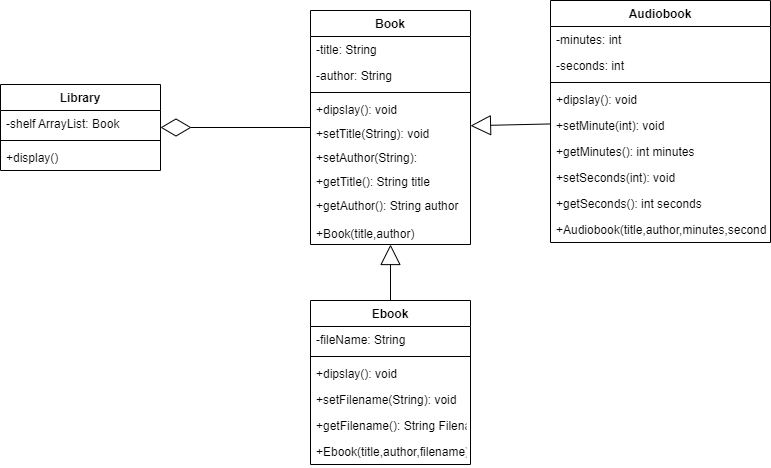
AmeliaLis/pp3 keeps this draw.io diagram as 08-InheritanceAndPolymorphism/DuringClass/zad5-9.drawio.png. Above is the earlier version. Source tidied: cells renumbered, new cells last; positions are measured from the earlier drawing's top-left corner, leaving out a move shared by most shapes. The source it was exported from:
```xml
<mxGraphModel>
  <root>
    <mxCell id="0" />
    <mxCell id="1" parent="0" />
    <mxCell id="2" style="edgeStyle=none;html=1;entryX=0.5;entryY=0;entryDx=0;entryDy=0;endArrow=none;endFill=0;startArrow=block;startFill=0;startSize=18;" parent="1" edge="1" source="4" target="14">
      <mxGeometry relative="1" as="geometry" />
    </mxCell>
    <mxCell id="3" style="edgeStyle=none;html=1;startArrow=block;startFill=0;endArrow=none;endFill=0;startSize=18;" parent="1" edge="1" source="4" target="21">
      <mxGeometry relative="1" as="geometry" />
    </mxCell>
    <mxCell id="4" value="Book" style="swimlane;fontStyle=1;align=center;verticalAlign=top;horizontal=1;startSize=26;" parent="1" vertex="1">
      <mxGeometry x="310" y="10" width="160" height="234" as="geometry" />
    </mxCell>
    <mxCell id="5" value="-title: String" style="text;strokeColor=none;fillColor=none;align=left;verticalAlign=top;spacingLeft=4;spacingRight=4;overflow=hidden;" parent="4" vertex="1">
      <mxGeometry y="26" width="160" height="26" as="geometry" />
    </mxCell>
    <mxCell id="6" value="-author: String" style="text;strokeColor=none;fillColor=none;align=left;verticalAlign=top;spacingLeft=4;spacingRight=4;overflow=hidden;" parent="4" vertex="1">
      <mxGeometry y="52" width="160" height="26" as="geometry" />
    </mxCell>
    <mxCell id="7" style="line;strokeWidth=1;fillColor=none;align=left;verticalAlign=middle;spacingTop=-1;spacingLeft=3;spacingRight=3;labelPosition=right;" parent="4" vertex="1">
      <mxGeometry y="78" width="160" height="8" as="geometry" />
    </mxCell>
    <mxCell id="8" value="+dipslay(): void" style="text;strokeColor=none;fillColor=none;align=left;verticalAlign=top;spacingLeft=4;spacingRight=4;overflow=hidden;" parent="4" vertex="1">
      <mxGeometry y="86" width="160" height="24" as="geometry" />
    </mxCell>
    <mxCell id="9" value="+setTitle(String): void" style="text;strokeColor=none;fillColor=none;align=left;verticalAlign=top;spacingLeft=4;spacingRight=4;overflow=hidden;" parent="4" vertex="1">
      <mxGeometry y="110" width="160" height="24" as="geometry" />
    </mxCell>
    <mxCell id="10" value="+setAuthor(String):" style="text;strokeColor=none;fillColor=none;align=left;verticalAlign=top;spacingLeft=4;spacingRight=4;overflow=hidden;" parent="4" vertex="1">
      <mxGeometry y="134" width="160" height="24" as="geometry" />
    </mxCell>
    <mxCell id="11" value="+getTitle(): String title" style="text;strokeColor=none;fillColor=none;align=left;verticalAlign=top;spacingLeft=4;spacingRight=4;overflow=hidden;" parent="4" vertex="1">
      <mxGeometry y="158" width="160" height="24" as="geometry" />
    </mxCell>
    <mxCell id="12" value="+getAuthor(): String author" style="text;strokeColor=none;fillColor=none;align=left;verticalAlign=top;spacingLeft=4;spacingRight=4;overflow=hidden;" parent="4" vertex="1">
      <mxGeometry y="182" width="160" height="28" as="geometry" />
    </mxCell>
    <mxCell id="13" value="+Book(title,author)" style="text;strokeColor=none;fillColor=none;align=left;verticalAlign=top;spacingLeft=4;spacingRight=4;overflow=hidden;" parent="4" vertex="1">
      <mxGeometry y="210" width="160" height="24" as="geometry" />
    </mxCell>
    <mxCell id="14" value="Ebook" style="swimlane;fontStyle=1;align=center;verticalAlign=top;horizontal=1;startSize=26;" parent="1" vertex="1">
      <mxGeometry x="310" y="300" width="160" height="164" as="geometry" />
    </mxCell>
    <mxCell id="15" value="-fileName: String" style="text;strokeColor=none;fillColor=none;align=left;verticalAlign=top;spacingLeft=4;spacingRight=4;overflow=hidden;" parent="14" vertex="1">
      <mxGeometry y="26" width="160" height="26" as="geometry" />
    </mxCell>
    <mxCell id="16" style="line;strokeWidth=1;fillColor=none;align=left;verticalAlign=middle;spacingTop=-1;spacingLeft=3;spacingRight=3;labelPosition=right;" parent="14" vertex="1">
      <mxGeometry y="52" width="160" height="8" as="geometry" />
    </mxCell>
    <mxCell id="17" value="+dipslay(): void" style="text;strokeColor=none;fillColor=none;align=left;verticalAlign=top;spacingLeft=4;spacingRight=4;overflow=hidden;" parent="14" vertex="1">
      <mxGeometry y="60" width="160" height="26" as="geometry" />
    </mxCell>
    <mxCell id="18" value="+setFilename(String): void" style="text;strokeColor=none;fillColor=none;align=left;verticalAlign=top;spacingLeft=4;spacingRight=4;overflow=hidden;" parent="14" vertex="1">
      <mxGeometry y="86" width="160" height="26" as="geometry" />
    </mxCell>
    <mxCell id="19" value="+getFilename(): String Filename" style="text;strokeColor=none;fillColor=none;align=left;verticalAlign=top;spacingLeft=4;spacingRight=4;overflow=hidden;" parent="14" vertex="1">
      <mxGeometry y="112" width="160" height="26" as="geometry" />
    </mxCell>
    <mxCell id="20" value="+Ebook(title,author,filename)" style="text;strokeColor=none;fillColor=none;align=left;verticalAlign=top;spacingLeft=4;spacingRight=4;overflow=hidden;" parent="14" vertex="1">
      <mxGeometry y="138" width="160" height="26" as="geometry" />
    </mxCell>
    <mxCell id="21" value="Audiobook" style="swimlane;fontStyle=1;align=center;verticalAlign=top;horizontal=1;startSize=26;" parent="1" vertex="1">
      <mxGeometry x="550" width="220" height="242" as="geometry" />
    </mxCell>
    <mxCell id="22" value="-minutes: int" style="text;strokeColor=none;fillColor=none;align=left;verticalAlign=top;spacingLeft=4;spacingRight=4;overflow=hidden;" parent="21" vertex="1">
      <mxGeometry y="26" width="220" height="26" as="geometry" />
    </mxCell>
    <mxCell id="23" value="-seconds: int" style="text;strokeColor=none;fillColor=none;align=left;verticalAlign=top;spacingLeft=4;spacingRight=4;overflow=hidden;" parent="21" vertex="1">
      <mxGeometry y="52" width="220" height="26" as="geometry" />
    </mxCell>
    <mxCell id="24" style="line;strokeWidth=1;fillColor=none;align=left;verticalAlign=middle;spacingTop=-1;spacingLeft=3;spacingRight=3;labelPosition=right;" parent="21" vertex="1">
      <mxGeometry y="78" width="220" height="8" as="geometry" />
    </mxCell>
    <mxCell id="25" value="+dipslay(): void" style="text;strokeColor=none;fillColor=none;align=left;verticalAlign=top;spacingLeft=4;spacingRight=4;overflow=hidden;" parent="21" vertex="1">
      <mxGeometry y="86" width="220" height="26" as="geometry" />
    </mxCell>
    <mxCell id="26" value="+setMinute(int): void" style="text;strokeColor=none;fillColor=none;align=left;verticalAlign=top;spacingLeft=4;spacingRight=4;overflow=hidden;" parent="21" vertex="1">
      <mxGeometry y="112" width="220" height="26" as="geometry" />
    </mxCell>
    <mxCell id="27" value="+getMinutes(): int minutes" style="text;strokeColor=none;fillColor=none;align=left;verticalAlign=top;spacingLeft=4;spacingRight=4;overflow=hidden;" parent="21" vertex="1">
      <mxGeometry y="138" width="220" height="26" as="geometry" />
    </mxCell>
    <mxCell id="28" value="+setSeconds(int): void" style="text;strokeColor=none;fillColor=none;align=left;verticalAlign=top;spacingLeft=4;spacingRight=4;overflow=hidden;" parent="21" vertex="1">
      <mxGeometry y="164" width="220" height="26" as="geometry" />
    </mxCell>
    <mxCell id="29" value="+getSeconds(): int seconds" style="text;strokeColor=none;fillColor=none;align=left;verticalAlign=top;spacingLeft=4;spacingRight=4;overflow=hidden;" parent="21" vertex="1">
      <mxGeometry y="190" width="220" height="26" as="geometry" />
    </mxCell>
    <mxCell id="30" value="+Audiobook(title,author,minutes,seconds)" style="text;strokeColor=none;fillColor=none;align=left;verticalAlign=top;spacingLeft=4;spacingRight=4;overflow=hidden;" parent="21" vertex="1">
      <mxGeometry y="216" width="220" height="26" as="geometry" />
    </mxCell>
    <mxCell id="31" style="edgeStyle=none;html=1;startArrow=diamondThin;startFill=0;endArrow=none;endFill=0;startSize=28;" parent="1" edge="1" source="32" target="4">
      <mxGeometry relative="1" as="geometry" />
    </mxCell>
    <mxCell id="32" value="Library" style="swimlane;fontStyle=1;align=center;verticalAlign=top;horizontal=1;startSize=26;" parent="1" vertex="1">
      <mxGeometry y="84" width="160" height="86" as="geometry" />
    </mxCell>
    <mxCell id="33" value="-shelf ArrayList: Book" style="text;strokeColor=none;fillColor=none;align=left;verticalAlign=top;spacingLeft=4;spacingRight=4;overflow=hidden;" parent="32" vertex="1">
      <mxGeometry y="26" width="160" height="26" as="geometry" />
    </mxCell>
    <mxCell id="34" style="line;strokeWidth=1;fillColor=none;align=left;verticalAlign=middle;spacingTop=-1;spacingLeft=3;spacingRight=3;labelPosition=right;" parent="32" vertex="1">
      <mxGeometry y="52" width="160" height="8" as="geometry" />
    </mxCell>
    <mxCell id="35" value="+display()" style="text;strokeColor=none;fillColor=none;align=left;verticalAlign=top;spacingLeft=4;spacingRight=4;overflow=hidden;" parent="32" vertex="1">
      <mxGeometry y="60" width="160" height="26" as="geometry" />
    </mxCell>
  </root>
</mxGraphModel>
```
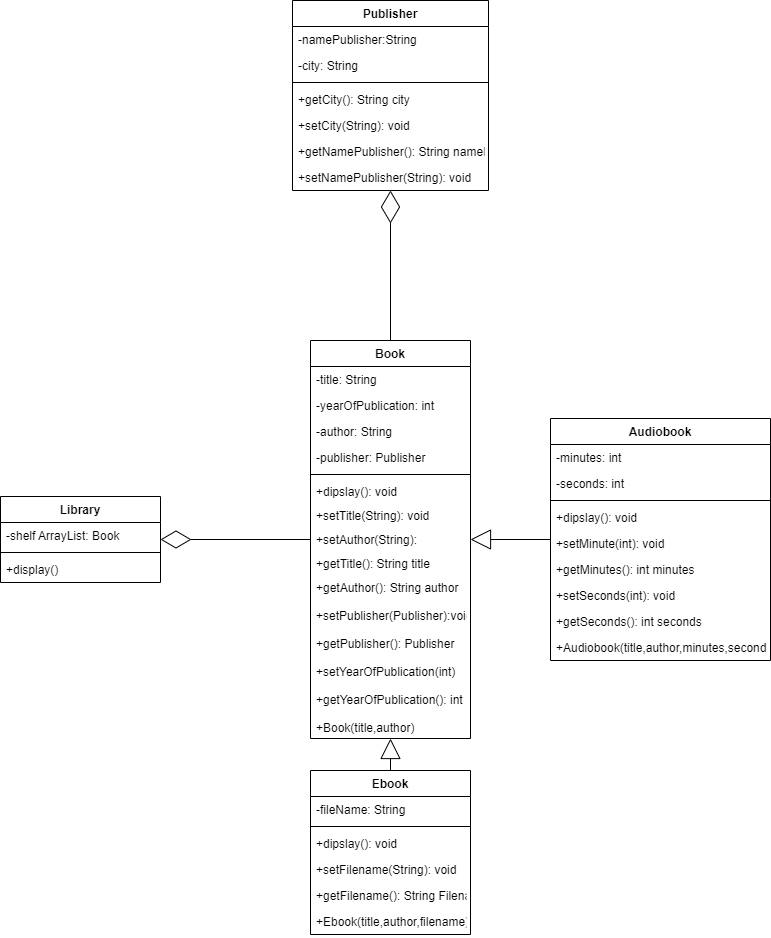
The same file after the commit.

What changed in the source:
```diff
@@ -8,38 +8,59 @@
     <mxCell id="3" style="edgeStyle=none;html=1;startArrow=block;startFill=0;endArrow=none;endFill=0;startSize=18;" parent="1" edge="1" source="4" target="21">
       <mxGeometry relative="1" as="geometry" />
     </mxCell>
+    <mxCell id="36" style="edgeStyle=none;html=1;entryX=0.5;entryY=1;entryDx=0;entryDy=0;endArrow=diamondThin;endFill=0;startSize=6;endSize=30;" parent="1" edge="1" source="4" target="43">
+      <mxGeometry relative="1" as="geometry" />
+    </mxCell>
     <mxCell id="4" value="Book" style="swimlane;fontStyle=1;align=center;verticalAlign=top;horizontal=1;startSize=26;" parent="1" vertex="1">
-      <mxGeometry x="310" y="10" width="160" height="234" as="geometry" />
+      <mxGeometry x="310" y="10" width="160" height="398" as="geometry" />
     </mxCell>
     <mxCell id="5" value="-title: String" style="text;strokeColor=none;fillColor=none;align=left;verticalAlign=top;spacingLeft=4;spacingRight=4;overflow=hidden;" parent="4" vertex="1">
       <mxGeometry y="26" width="160" height="26" as="geometry" />
     </mxCell>
+    <mxCell id="37" value="-yearOfPublication: int" style="text;strokeColor=none;fillColor=none;align=left;verticalAlign=top;spacingLeft=4;spacingRight=4;overflow=hidden;" parent="4" vertex="1">
+      <mxGeometry y="52" width="160" height="26" as="geometry" />
+    </mxCell>
     <mxCell id="6" value="-author: String" style="text;strokeColor=none;fillColor=none;align=left;verticalAlign=top;spacingLeft=4;spacingRight=4;overflow=hidden;" parent="4" vertex="1">
-      <mxGeometry y="52" width="160" height="26" as="geometry" />
+      <mxGeometry y="78" width="160" height="26" as="geometry" />
     </mxCell>
+    <mxCell id="38" value="-publisher: Publisher" style="text;strokeColor=none;fillColor=none;align=left;verticalAlign=top;spacingLeft=4;spacingRight=4;overflow=hidden;" parent="4" vertex="1">
+      <mxGeometry y="104" width="160" height="26" as="geometry" />
+    </mxCell>
     <mxCell id="7" style="line;strokeWidth=1;fillColor=none;align=left;verticalAlign=middle;spacingTop=-1;spacingLeft=3;spacingRight=3;labelPosition=right;" parent="4" vertex="1">
-      <mxGeometry y="78" width="160" height="8" as="geometry" />
+      <mxGeometry y="130" width="160" height="8" as="geometry" />
     </mxCell>
     <mxCell id="8" value="+dipslay(): void" style="text;strokeColor=none;fillColor=none;align=left;verticalAlign=top;spacingLeft=4;spacingRight=4;overflow=hidden;" parent="4" vertex="1">
-      <mxGeometry y="86" width="160" height="24" as="geometry" />
+      <mxGeometry y="138" width="160" height="24" as="geometry" />
     </mxCell>
     <mxCell id="9" value="+setTitle(String): void" style="text;strokeColor=none;fillColor=none;align=left;verticalAlign=top;spacingLeft=4;spacingRight=4;overflow=hidden;" parent="4" vertex="1">
-      <mxGeometry y="110" width="160" height="24" as="geometry" />
+      <mxGeometry y="162" width="160" height="24" as="geometry" />
     </mxCell>
     <mxCell id="10" value="+setAuthor(String):" style="text;strokeColor=none;fillColor=none;align=left;verticalAlign=top;spacingLeft=4;spacingRight=4;overflow=hidden;" parent="4" vertex="1">
-      <mxGeometry y="134" width="160" height="24" as="geometry" />
+      <mxGeometry y="186" width="160" height="24" as="geometry" />
     </mxCell>
     <mxCell id="11" value="+getTitle(): String title" style="text;strokeColor=none;fillColor=none;align=left;verticalAlign=top;spacingLeft=4;spacingRight=4;overflow=hidden;" parent="4" vertex="1">
-      <mxGeometry y="158" width="160" height="24" as="geometry" />
+      <mxGeometry y="210" width="160" height="24" as="geometry" />
     </mxCell>
     <mxCell id="12" value="+getAuthor(): String author" style="text;strokeColor=none;fillColor=none;align=left;verticalAlign=top;spacingLeft=4;spacingRight=4;overflow=hidden;" parent="4" vertex="1">
-      <mxGeometry y="182" width="160" height="28" as="geometry" />
+      <mxGeometry y="234" width="160" height="28" as="geometry" />
     </mxCell>
+    <mxCell id="39" value="+setPublisher(Publisher):void" style="text;strokeColor=none;fillColor=none;align=left;verticalAlign=top;spacingLeft=4;spacingRight=4;overflow=hidden;" parent="4" vertex="1">
+      <mxGeometry y="262" width="160" height="28" as="geometry" />
+    </mxCell>
+    <mxCell id="40" value="+getPublisher(): Publisher" style="text;strokeColor=none;fillColor=none;align=left;verticalAlign=top;spacingLeft=4;spacingRight=4;overflow=hidden;" parent="4" vertex="1">
+      <mxGeometry y="290" width="160" height="28" as="geometry" />
+    </mxCell>
+    <mxCell id="41" value="+setYearOfPublication(int)" style="text;strokeColor=none;fillColor=none;align=left;verticalAlign=top;spacingLeft=4;spacingRight=4;overflow=hidden;" parent="4" vertex="1">
+      <mxGeometry y="318" width="160" height="28" as="geometry" />
+    </mxCell>
+    <mxCell id="42" value="+getYearOfPublication(): int" style="text;strokeColor=none;fillColor=none;align=left;verticalAlign=top;spacingLeft=4;spacingRight=4;overflow=hidden;" parent="4" vertex="1">
+      <mxGeometry y="346" width="160" height="28" as="geometry" />
+    </mxCell>
     <mxCell id="13" value="+Book(title,author)" style="text;strokeColor=none;fillColor=none;align=left;verticalAlign=top;spacingLeft=4;spacingRight=4;overflow=hidden;" parent="4" vertex="1">
-      <mxGeometry y="210" width="160" height="24" as="geometry" />
+      <mxGeometry y="374" width="160" height="24" as="geometry" />
     </mxCell>
     <mxCell id="14" value="Ebook" style="swimlane;fontStyle=1;align=center;verticalAlign=top;horizontal=1;startSize=26;" parent="1" vertex="1">
-      <mxGeometry x="310" y="300" width="160" height="164" as="geometry" />
+      <mxGeometry x="310" y="440" width="160" height="164" as="geometry" />
     </mxCell>
     <mxCell id="15" value="-fileName: String" style="text;strokeColor=none;fillColor=none;align=left;verticalAlign=top;spacingLeft=4;spacingRight=4;overflow=hidden;" parent="14" vertex="1">
       <mxGeometry y="26" width="160" height="26" as="geometry" />
@@ -60,7 +81,7 @@
       <mxGeometry y="138" width="160" height="26" as="geometry" />
     </mxCell>
     <mxCell id="21" value="Audiobook" style="swimlane;fontStyle=1;align=center;verticalAlign=top;horizontal=1;startSize=26;" parent="1" vertex="1">
-      <mxGeometry x="550" width="220" height="242" as="geometry" />
+      <mxGeometry x="550" y="88" width="220" height="242" as="geometry" />
     </mxCell>
     <mxCell id="22" value="-minutes: int" style="text;strokeColor=none;fillColor=none;align=left;verticalAlign=top;spacingLeft=4;spacingRight=4;overflow=hidden;" parent="21" vertex="1">
       <mxGeometry y="26" width="220" height="26" as="geometry" />
@@ -93,7 +114,7 @@
       <mxGeometry relative="1" as="geometry" />
     </mxCell>
     <mxCell id="32" value="Library" style="swimlane;fontStyle=1;align=center;verticalAlign=top;horizontal=1;startSize=26;" parent="1" vertex="1">
-      <mxGeometry y="84" width="160" height="86" as="geometry" />
+      <mxGeometry y="166" width="160" height="86" as="geometry" />
     </mxCell>
     <mxCell id="33" value="-shelf ArrayList: Book" style="text;strokeColor=none;fillColor=none;align=left;verticalAlign=top;spacingLeft=4;spacingRight=4;overflow=hidden;" parent="32" vertex="1">
       <mxGeometry y="26" width="160" height="26" as="geometry" />
@@ -104,5 +125,29 @@
     <mxCell id="35" value="+display()" style="text;strokeColor=none;fillColor=none;align=left;verticalAlign=top;spacingLeft=4;spacingRight=4;overflow=hidden;" parent="32" vertex="1">
       <mxGeometry y="60" width="160" height="26" as="geometry" />
     </mxCell>
+    <mxCell id="43" value="Publisher" style="swimlane;fontStyle=1;align=center;verticalAlign=top;horizontal=1;startSize=26;" parent="1" vertex="1">
+      <mxGeometry x="292" y="-330" width="196" height="190" as="geometry" />
+    </mxCell>
+    <mxCell id="44" value="-namePublisher:String" style="text;strokeColor=none;fillColor=none;align=left;verticalAlign=top;spacingLeft=4;spacingRight=4;overflow=hidden;" parent="43" vertex="1">
+      <mxGeometry y="26" width="196" height="26" as="geometry" />
+    </mxCell>
+    <mxCell id="45" value="-city: String" style="text;strokeColor=none;fillColor=none;align=left;verticalAlign=top;spacingLeft=4;spacingRight=4;overflow=hidden;" parent="43" vertex="1">
+      <mxGeometry y="52" width="196" height="26" as="geometry" />
+    </mxCell>
+    <mxCell id="46" style="line;strokeWidth=1;fillColor=none;align=left;verticalAlign=middle;spacingTop=-1;spacingLeft=3;spacingRight=3;labelPosition=right;" parent="43" vertex="1">
+      <mxGeometry y="78" width="196" height="8" as="geometry" />
+    </mxCell>
+    <mxCell id="47" value="+getCity(): String city" style="text;strokeColor=none;fillColor=none;align=left;verticalAlign=top;spacingLeft=4;spacingRight=4;overflow=hidden;" parent="43" vertex="1">
+      <mxGeometry y="86" width="196" height="26" as="geometry" />
+    </mxCell>
+    <mxCell id="48" value="+setCity(String): void" style="text;strokeColor=none;fillColor=none;align=left;verticalAlign=top;spacingLeft=4;spacingRight=4;overflow=hidden;" parent="43" vertex="1">
+      <mxGeometry y="112" width="196" height="26" as="geometry" />
+    </mxCell>
+    <mxCell id="49" value="+getNamePublisher(): String namePublisher" style="text;strokeColor=none;fillColor=none;align=left;verticalAlign=top;spacingLeft=4;spacingRight=4;overflow=hidden;" parent="43" vertex="1">
+      <mxGeometry y="138" width="196" height="26" as="geometry" />
+    </mxCell>
+    <mxCell id="50" value="+setNamePublisher(String): void" style="text;strokeColor=none;fillColor=none;align=left;verticalAlign=top;spacingLeft=4;spacingRight=4;overflow=hidden;" parent="43" vertex="1">
+      <mxGeometry y="164" width="196" height="26" as="geometry" />
+    </mxCell>
   </root>
 </mxGraphModel>
```
